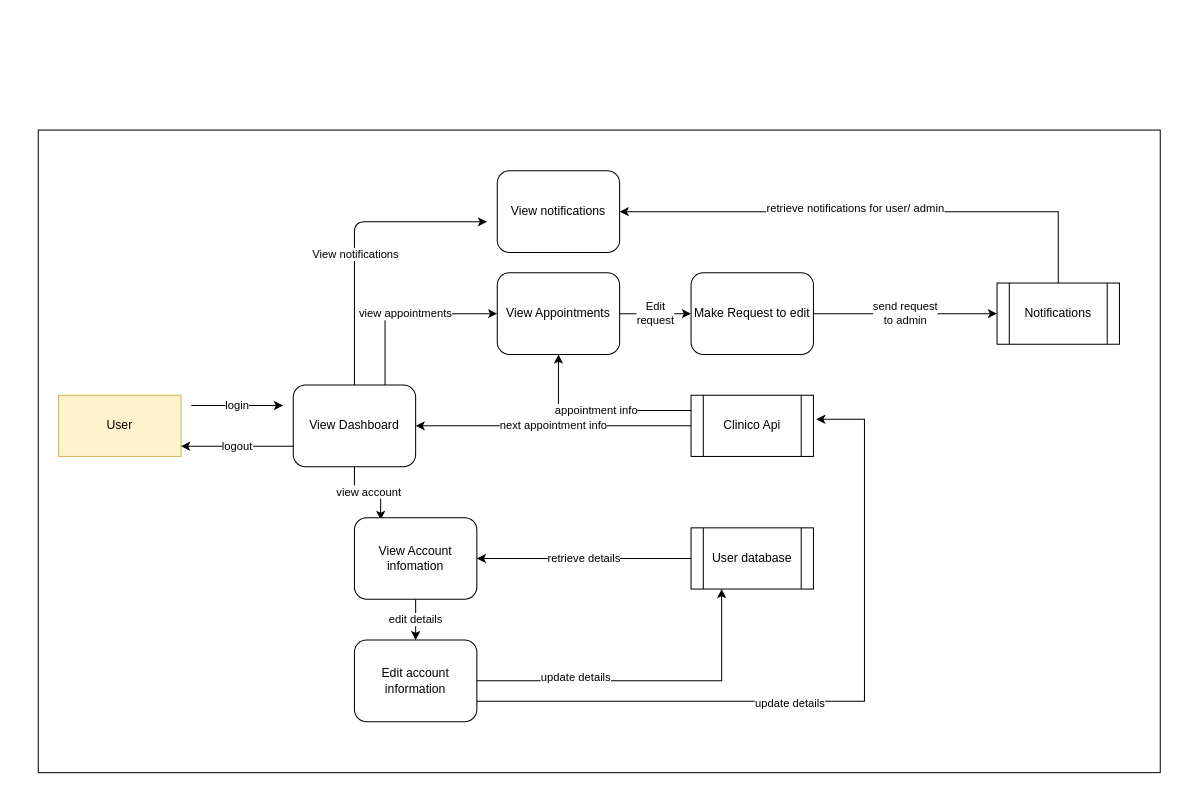
Above: docs/MERN_dataflow.drawio in cmccaww/MERN_app_planning (draw.io), before the change. Source tidied: cells renumbered, new cells numbered last; positions are measured from the earlier drawing's top-left corner, leaving out a move shared by most shapes. Both pictures are drawn from the tidied source at 102%, with x=0, y=0 at pixel (38, 130).
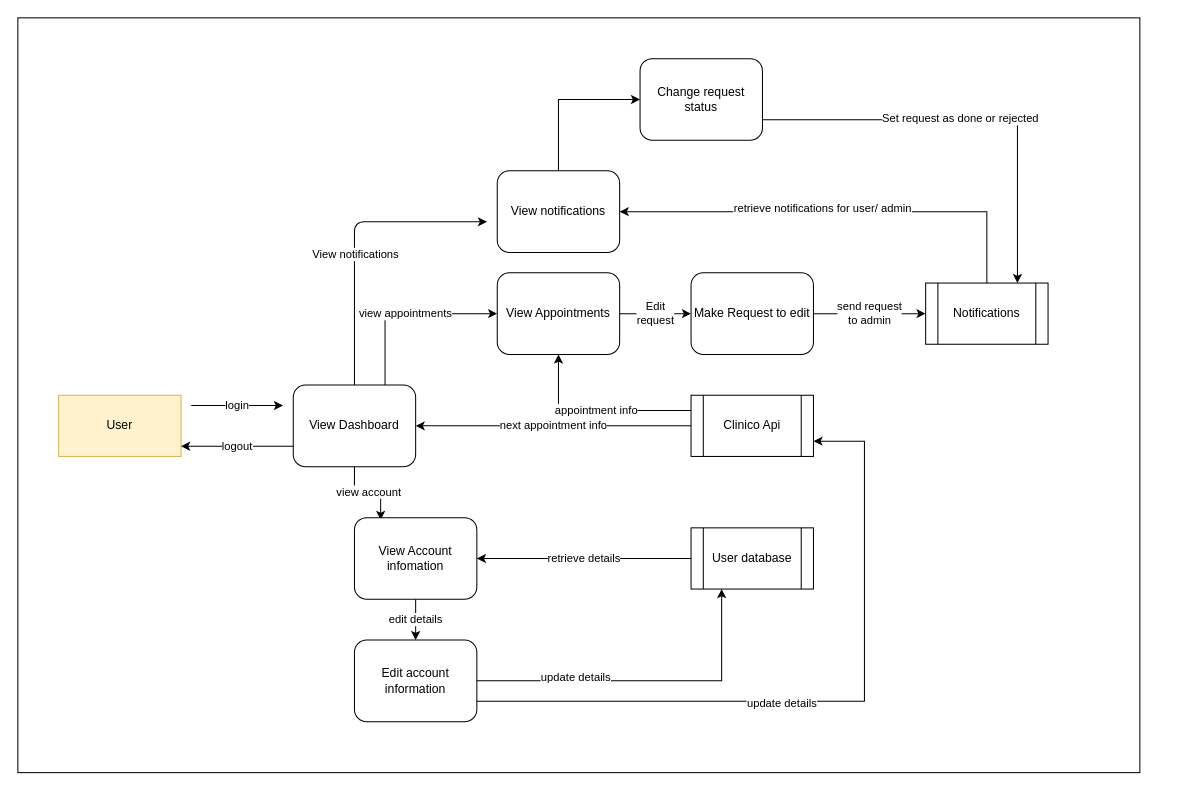
The same page after the edit.

The change refers to these unchanged cells:
```xml
<mxCell id="8" value="Clinico Api" style="shape=process;whiteSpace=wrap;html=1;backgroundOutline=1;" parent="1" vertex="1">
  <mxGeometry x="640" y="260" width="120" height="60" as="geometry" />
</mxCell>
<mxCell id="22" value="Edit account information" style="rounded=1;whiteSpace=wrap;html=1;" parent="1" vertex="1">
  <mxGeometry x="310" y="500" width="120" height="80" as="geometry" />
</mxCell>
<mxCell id="28" value="&lt;div&gt;View notifications&lt;br&gt;&lt;/div&gt;" style="rounded=1;whiteSpace=wrap;html=1;" parent="1" vertex="1">
  <mxGeometry x="450" y="40" width="120" height="80" as="geometry" />
</mxCell>
```

The edit, as a diff of the source:
```diff
@@
     <mxCell id="2" style="rounded=0;whiteSpace=wrap;html=1;verticalAlign=middle;" parent="1" vertex="1">
-      <mxGeometry width="1100" height="630" as="geometry" />
+      <mxGeometry x="-20" y="-110" width="1100" height="740" as="geometry" />
     </mxCell>
@@
-    <mxCell id="20" style="edgeStyle=orthogonalEdgeStyle;rounded=0;jettySize=auto;html=1;exitX=1;exitY=0.75;exitDx=0;exitDy=0;entryX=1.023;entryY=0.392;entryDx=0;entryDy=0;entryPerimeter=0;" parent="1" edge="1" source="22" target="8">
+    <mxCell id="20" style="edgeStyle=orthogonalEdgeStyle;rounded=0;jettySize=auto;html=1;exitX=1;exitY=0.75;exitDx=0;exitDy=0;entryX=1;entryY=0.75;entryDx=0;entryDy=0;" parent="1" edge="1" source="22" target="8">
       <mxGeometry relative="1" as="geometry">
         <Array as="points">
           <mxPoint x="810" y="560" />
-          <mxPoint x="810" y="284" />
+          <mxPoint x="810" y="305" />
         </Array>
       </mxGeometry>
     </mxCell>
@@
     <mxCell id="27" value="Notifications" style="shape=process;whiteSpace=wrap;html=1;backgroundOutline=1;" parent="1" vertex="1">
-      <mxGeometry x="940" y="150" width="120" height="60" as="geometry" />
+      <mxGeometry x="870" y="150" width="120" height="60" as="geometry" />
     </mxCell>
+    <mxCell id="31" style="edgeStyle=orthogonalEdgeStyle;rounded=0;jettySize=auto;html=1;exitX=0.5;exitY=0;exitDx=0;exitDy=0;entryX=0;entryY=0.5;entryDx=0;entryDy=0;" parent="1" edge="1" source="28" target="34">
+      <mxGeometry relative="1" as="geometry" />
+    </mxCell>
@@
+    <mxCell id="32" style="edgeStyle=orthogonalEdgeStyle;rounded=0;jettySize=auto;html=1;exitX=1;exitY=0.75;exitDx=0;exitDy=0;entryX=0.75;entryY=0;entryDx=0;entryDy=0;" parent="1" edge="1" source="34" target="27">
+      <mxGeometry relative="1" as="geometry" />
+    </mxCell>
+    <mxCell id="33" value="Set request as done or rejected" style="edgeLabel;html=1;align=center;verticalAlign=middle;" parent="32" vertex="1">
+      <mxGeometry x="-0.06" y="2" relative="1" as="geometry" />
+    </mxCell>
+    <mxCell id="34" value="Change request status" style="rounded=1;whiteSpace=wrap;html=1;" parent="1" vertex="1">
+      <mxGeometry x="590" y="-70" width="120" height="80" as="geometry" />
+    </mxCell>
```
